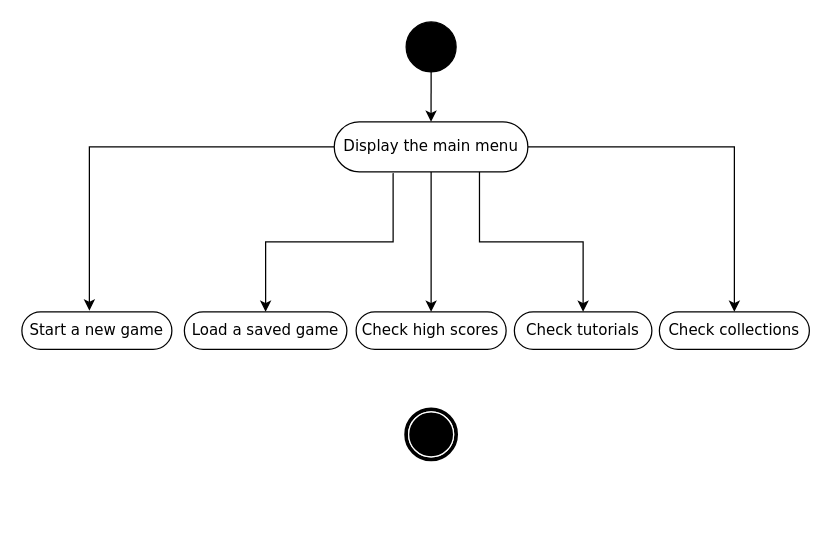
maxinimize/uml keeps this draw.io diagram as main menu options.drawio. Above is the earlier version. Source tidied: cells renumbered, new cells numbered last; positions are measured from the earlier drawing's top-left corner, leaving out a move shared by most shapes. Both pictures are drawn from the tidied source at 125%, with x=0, y=0 at pixel (21, 21).
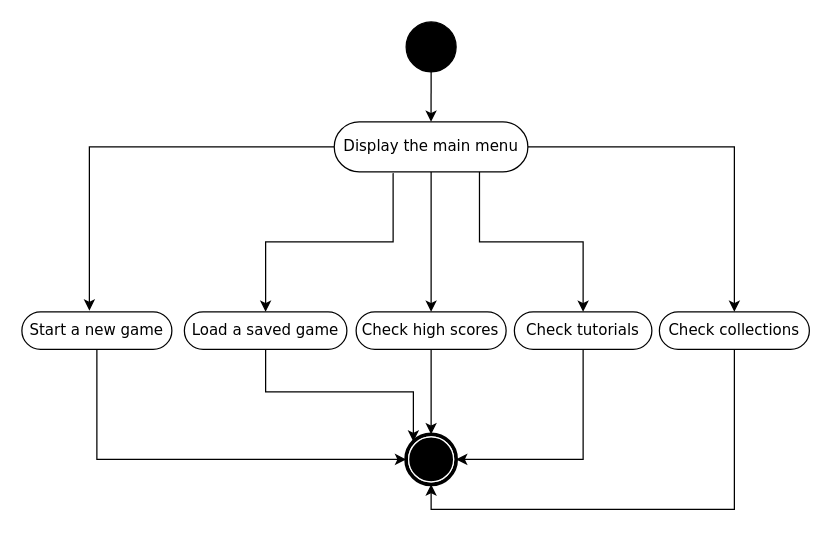
The same diagram, later.

The change refers to these unchanged cells:
```xml
<mxCell id="2" value="Start a new game" style="rounded=1;whiteSpace=wrap;html=1;shadow=0;comic=0;labelBackgroundColor=none;strokeWidth=1;fontFamily=Verdana;fontSize=12;align=center;arcSize=50;" parent="1" vertex="1">
  <mxGeometry y="232" width="120" height="30" as="geometry" />
</mxCell>
<mxCell id="10" value="Load a saved game" style="rounded=1;whiteSpace=wrap;html=1;shadow=0;comic=0;labelBackgroundColor=none;strokeWidth=1;fontFamily=Verdana;fontSize=12;align=center;arcSize=50;" parent="1" vertex="1">
  <mxGeometry x="130" y="232" width="130" height="30" as="geometry" />
</mxCell>
<mxCell id="11" value="Check high scores" style="rounded=1;whiteSpace=wrap;html=1;shadow=0;comic=0;labelBackgroundColor=none;strokeWidth=1;fontFamily=Verdana;fontSize=12;align=center;arcSize=50;" parent="1" vertex="1">
  <mxGeometry x="267.4" y="232" width="120" height="30" as="geometry" />
</mxCell>
<mxCell id="12" value="Check tutorials" style="rounded=1;whiteSpace=wrap;html=1;shadow=0;comic=0;labelBackgroundColor=none;strokeWidth=1;fontFamily=Verdana;fontSize=12;align=center;arcSize=50;" parent="1" vertex="1">
  <mxGeometry x="394" y="232" width="110" height="30" as="geometry" />
</mxCell>
<mxCell id="13" value="Check collections" style="rounded=1;whiteSpace=wrap;html=1;shadow=0;comic=0;labelBackgroundColor=none;strokeWidth=1;fontFamily=Verdana;fontSize=12;align=center;arcSize=50;" parent="1" vertex="1">
  <mxGeometry x="510" y="232" width="120" height="30" as="geometry" />
</mxCell>
```

Change to the diagram source:
```diff
@@
     <mxCell id="5" style="shape=mxgraph.bpmn.shape;html=1;verticalLabelPosition=bottom;labelBackgroundColor=#ffffff;verticalAlign=top;perimeter=ellipsePerimeter;outline=end;symbol=terminate;rounded=0;shadow=0;comic=0;strokeWidth=1;fontFamily=Verdana;fontSize=12;align=center;" parent="1" vertex="1">
-      <mxGeometry x="307.4" y="310" width="40" height="40" as="geometry" />
+      <mxGeometry x="307.4" y="330" width="40" height="40" as="geometry" />
     </mxCell>
@@
+    <mxCell id="16" style="edgeStyle=orthogonalEdgeStyle;rounded=0;jettySize=auto;html=1;" parent="1" edge="1" source="11" target="5">
+      <mxGeometry relative="1" as="geometry" />
+    </mxCell>
@@
+    <mxCell id="17" style="edgeStyle=orthogonalEdgeStyle;rounded=0;jettySize=auto;html=1;exitX=0.5;exitY=1;exitDx=0;exitDy=0;entryX=1;entryY=0.5;entryDx=0;entryDy=0;" parent="1" edge="1" source="12" target="5">
+      <mxGeometry relative="1" as="geometry" />
+    </mxCell>
+    <mxCell id="18" style="edgeStyle=orthogonalEdgeStyle;rounded=0;jettySize=auto;html=1;exitX=0.5;exitY=1;exitDx=0;exitDy=0;entryX=0.5;entryY=1;entryDx=0;entryDy=0;" parent="1" edge="1" source="13" target="5">
+      <mxGeometry relative="1" as="geometry" />
+    </mxCell>
+    <mxCell id="19" style="edgeStyle=orthogonalEdgeStyle;rounded=0;jettySize=auto;html=1;exitX=0.5;exitY=1;exitDx=0;exitDy=0;entryX=0.145;entryY=0.145;entryDx=0;entryDy=0;entryPerimeter=0;" parent="1" edge="1" source="10" target="5">
+      <mxGeometry relative="1" as="geometry" />
+    </mxCell>
+    <mxCell id="20" style="edgeStyle=orthogonalEdgeStyle;rounded=0;jettySize=auto;html=1;entryX=0;entryY=0.5;entryDx=0;entryDy=0;exitX=0.5;exitY=1;exitDx=0;exitDy=0;" parent="1" edge="1" source="2" target="5">
+      <mxGeometry relative="1" as="geometry" />
+    </mxCell>
```
